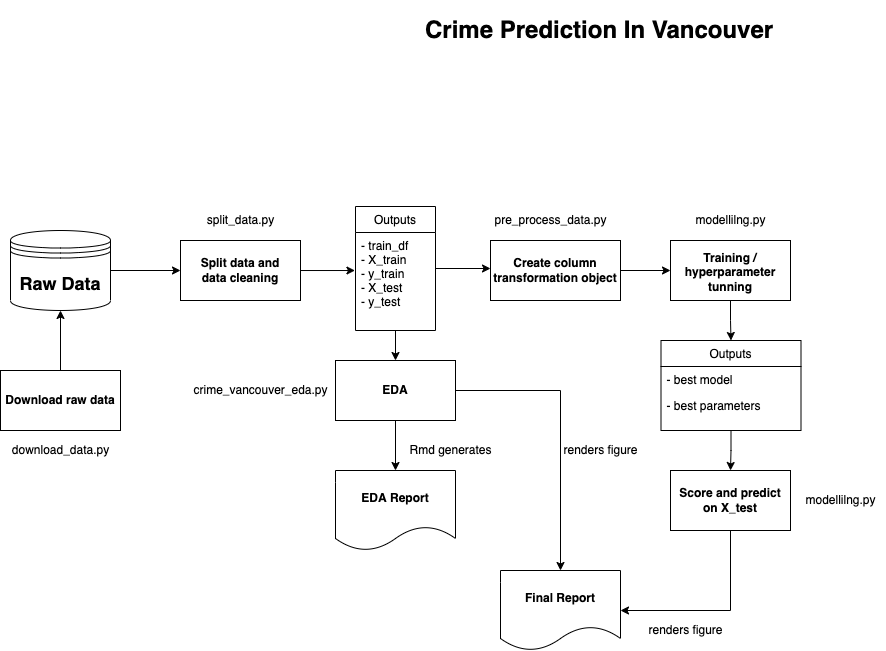
Earlier version of the draw.io export src/flow_chart.png (UBC-MDS/Crime_Prediction_Vancouver). Source tidied: cells renumbered, new cells last; positions are measured from the earlier drawing's top-left corner, leaving out a move shared by most shapes.
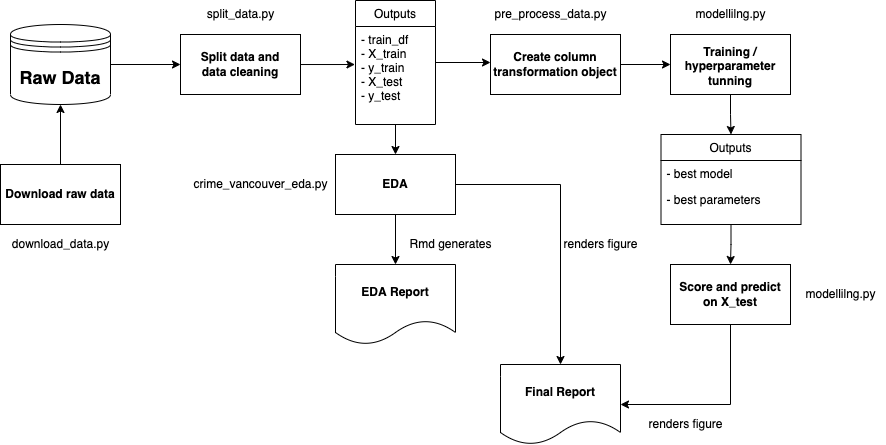
Later version of the same file.

Change to the diagram source:
```diff
@@ -10,9 +10,6 @@
     <mxCell id="3" value="&lt;b&gt;&lt;font style=&quot;font-size: 18px&quot;&gt;Raw Data&lt;/font&gt;&lt;/b&gt;" style="shape=datastore;whiteSpace=wrap;html=1;" parent="1" vertex="1">
       <mxGeometry x="10" y="220" width="100" height="80" as="geometry" />
     </mxCell>
-    <mxCell id="4" value="&lt;h1&gt;Crime Prediction In Vancouver&lt;/h1&gt;" style="text;html=1;strokeColor=none;fillColor=none;spacing=5;spacingTop=-20;whiteSpace=wrap;overflow=hidden;rounded=0;" parent="1" vertex="1">
-      <mxGeometry x="420" width="360" height="40" as="geometry" />
-    </mxCell>
     <mxCell id="5" style="edgeStyle=orthogonalEdgeStyle;rounded=0;jettySize=auto;html=1;fontSize=12;" parent="1" edge="1" source="15" target="3">
       <mxGeometry relative="1" as="geometry" />
     </mxCell>
```
